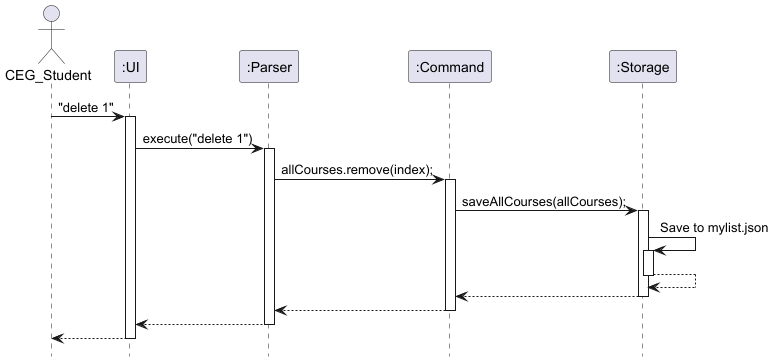
The PlantUML diagram uml-images/DesignSequenceDiagram.png in nus-cs2113-AY2425S1/tp, before a commit.
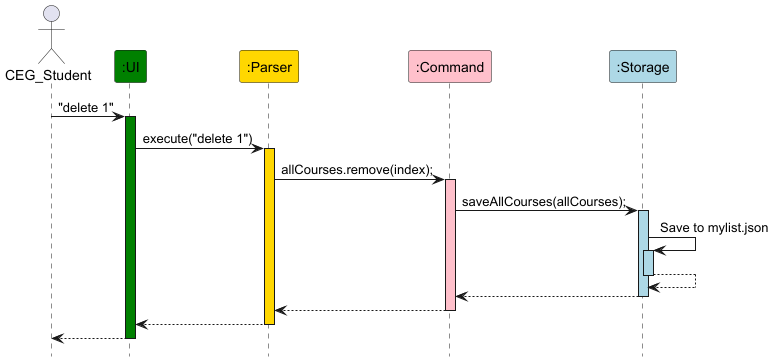
The same diagram one commit later.

Diff of the diagram source:
```diff
@@ -2,25 +2,25 @@
 hide footbox
 
 actor CEG_Student
-participant ":UI"
-participant ":Parser"
-participant ":Command"
-participant ":Storage"
+participant ":UI" #green
+participant ":Parser" #gold
+participant ":Command" #pink
+participant ":Storage" #lightblue
 
 CEG_Student -> ":UI" : "delete 1"
-activate ":UI"
+activate ":UI" #green
 
 ":UI" -> ":Parser" : execute("delete 1")
-activate ":Parser"
+activate ":Parser" #gold
 
 ":Parser" -> ":Command" : allCourses.remove(index);
-activate ":Command"
+activate ":Command" #pink
 
 ":Command" -> ":Storage" : saveAllCourses(allCourses);
-activate ":Storage"
+activate ":Storage" #lightblue
 
 ":Storage" -> ":Storage" : Save to mylist.json
-activate ":Storage"
+activate ":Storage" #lightblue
 
 ":Storage" --> ":Storage"
 deactivate ":Storage"
```
